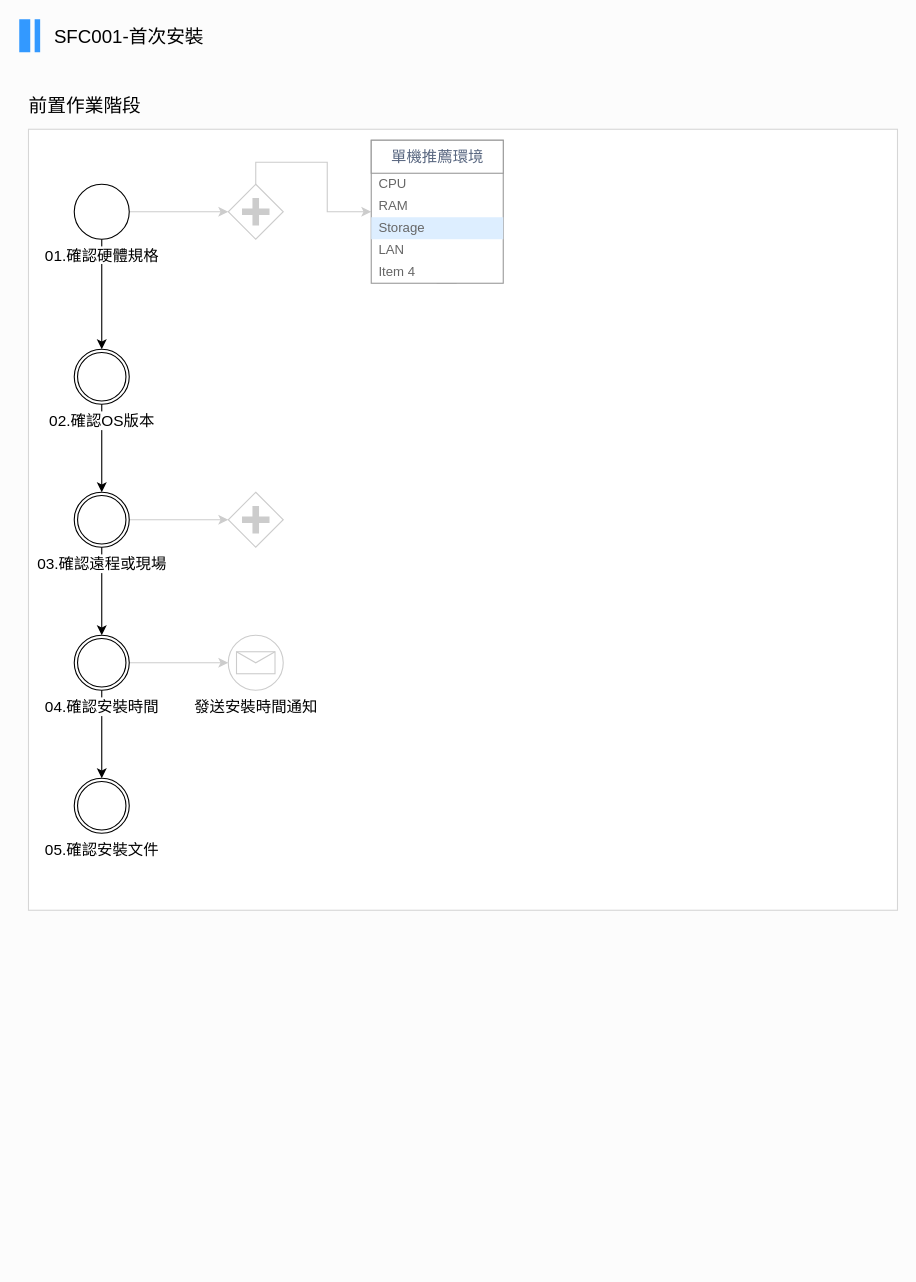
Earlier version of the draw.io diagram page "第1頁" (1 of 2) of 客戶服務SOP.drawio (frglobal/documents). Source tidied: cells renumbered, new cells numbered last; positions are measured from the earlier drawing's top-left corner, leaving out a move shared by most shapes. Both pictures are drawn from the tidied source at 110%, with x=0, y=0 at pixel (19, 19).
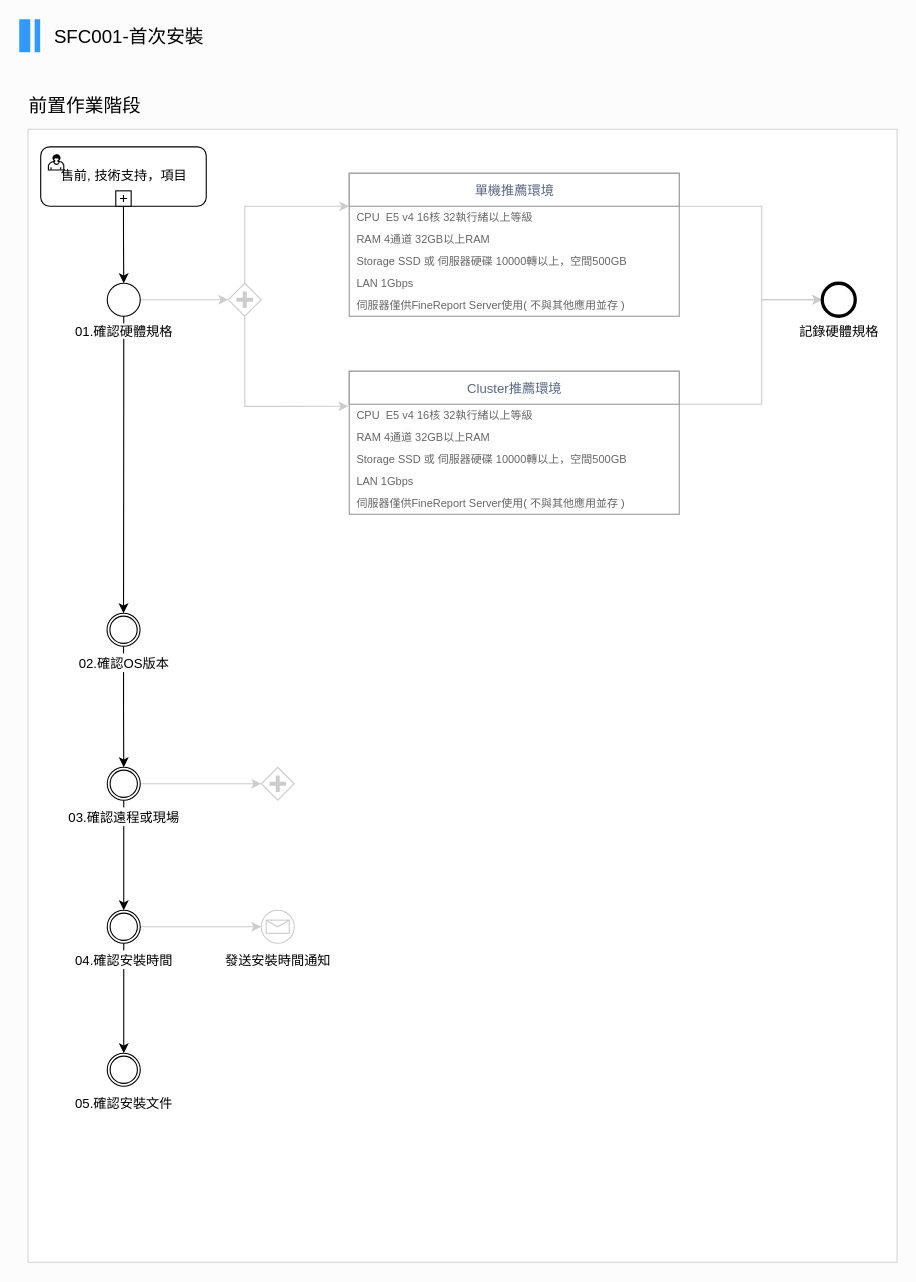
After the change.

What changed in the source:
```diff
@@
     <mxCell id="2" style="rounded=0;whiteSpace=wrap;html=1;shadow=0;glass=0;comic=0;strokeWidth=1;fontFamily=Noto Sans TC;fontSize=14;align=left;strokeColor=#D6D6D6;" parent="1" vertex="1">
-      <mxGeometry x="8.4" y="100" width="790" height="710" as="geometry" />
+      <mxGeometry x="8" y="100" width="790" height="1030" as="geometry" />
     </mxCell>
@@
     <mxCell id="4" style="edgeStyle=orthogonalEdgeStyle;rounded=0;jettySize=auto;html=1;shadow=0;strokeColor=#000000;fontFamily=Noto Sans TC;fontSize=14;" parent="1" edge="1" source="12" target="14">
-      <mxGeometry relative="1" as="geometry" />
+      <mxGeometry relative="1" as="geometry">
+        <Array as="points">
+          <mxPoint x="95" y="350" />
+          <mxPoint x="95" y="350" />
+        </Array>
+      </mxGeometry>
     </mxCell>
@@
     <mxCell id="9" style="edgeStyle=orthogonalEdgeStyle;rounded=0;jettySize=auto;html=1;exitX=0.5;exitY=0;exitDx=0;exitDy=0;shadow=0;strokeColor=#CCCCCC;fontFamily=Noto Sans TC;fontSize=14;" parent="1" edge="1" source="10" target="25">
-      <mxGeometry relative="1" as="geometry" />
+      <mxGeometry relative="1" as="geometry">
+        <Array as="points">
+          <mxPoint x="205" y="170" />
+        </Array>
+      </mxGeometry>
     </mxCell>
+    <mxCell id="32" style="edgeStyle=orthogonalEdgeStyle;rounded=0;jettySize=auto;html=1;exitX=0.5;exitY=1;exitDx=0;exitDy=0;entryX=-0.003;entryY=0.245;entryDx=0;entryDy=0;entryPerimeter=0;strokeColor=#CCCCCC;fontFamily=Noto Sans TC;" parent="1" edge="1" source="10" target="35">
+      <mxGeometry relative="1" as="geometry" />
+    </mxCell>
     <mxCell id="10" style="shape=mxgraph.bpmn.shape;html=1;verticalLabelPosition=bottom;labelBackgroundColor=#ffffff;verticalAlign=top;align=center;perimeter=rhombusPerimeter;background=gateway;outlineConnect=0;outline=none;symbol=parallelGw;rounded=1;shadow=0;glass=0;comic=0;strokeColor=#CCCCCC;strokeWidth=1;fillColor=none;fontFamily=Noto Sans TC;fontSize=17;" parent="1" vertex="1">
-      <mxGeometry x="190" y="150" width="50" height="50" as="geometry" />
+      <mxGeometry x="190" y="240" width="30" height="30" as="geometry" />
     </mxCell>
@@
-    <mxCell id="12" value="&lt;font style=&quot;font-size: 14px ; background-color: rgb(255 , 255 , 255)&quot;&gt;01.確認硬體規格&lt;/font&gt;" style="shape=mxgraph.bpmn.shape;html=1;verticalLabelPosition=bottom;labelBackgroundColor=none;verticalAlign=top;align=center;perimeter=ellipsePerimeter;outlineConnect=0;outline=standard;symbol=general;fontFamily=Noto Sans TC;fillColor=none;" parent="1" vertex="1">
-      <mxGeometry x="50" y="150" width="50" height="50" as="geometry" />
+    <mxCell id="12" value="&lt;font style=&quot;background-color: rgb(255 , 255 , 255) ; font-size: 12px&quot;&gt;01.確認硬體規格&lt;/font&gt;" style="shape=mxgraph.bpmn.shape;html=1;verticalLabelPosition=bottom;labelBackgroundColor=none;verticalAlign=top;align=center;perimeter=ellipsePerimeter;outlineConnect=0;outline=standard;symbol=general;fontFamily=Noto Sans TC;fillColor=none;" parent="1" vertex="1">
+      <mxGeometry x="80" y="240" width="30" height="30" as="geometry" />
     </mxCell>
@@
-    <mxCell id="14" value="02.確認OS版本" style="shape=mxgraph.bpmn.shape;html=1;verticalLabelPosition=bottom;labelBackgroundColor=#ffffff;verticalAlign=top;align=center;perimeter=ellipsePerimeter;outlineConnect=0;outline=throwing;symbol=general;rounded=0;shadow=0;glass=0;comic=0;strokeColor=#000000;strokeWidth=1;fillColor=none;fontFamily=Noto Sans TC;fontSize=14;" parent="1" vertex="1">
-      <mxGeometry x="50" y="300" width="50" height="50" as="geometry" />
+    <mxCell id="14" value="&lt;font style=&quot;font-size: 12px&quot;&gt;02.確認OS版本&lt;/font&gt;" style="shape=mxgraph.bpmn.shape;html=1;verticalLabelPosition=bottom;labelBackgroundColor=#ffffff;verticalAlign=top;align=center;perimeter=ellipsePerimeter;outlineConnect=0;outline=throwing;symbol=general;rounded=0;shadow=0;glass=0;comic=0;strokeColor=#000000;strokeWidth=1;fillColor=none;fontFamily=Noto Sans TC;fontSize=14;" parent="1" vertex="1">
+      <mxGeometry x="79.8" y="540" width="30" height="30" as="geometry" />
     </mxCell>
@@
-    <mxCell id="17" value="03.確認遠程或現場" style="shape=mxgraph.bpmn.shape;html=1;verticalLabelPosition=bottom;labelBackgroundColor=#ffffff;verticalAlign=top;align=center;perimeter=ellipsePerimeter;outlineConnect=0;outline=throwing;symbol=general;rounded=0;shadow=0;glass=0;comic=0;strokeColor=#000000;strokeWidth=1;fillColor=none;fontFamily=Noto Sans TC;fontSize=14;" parent="1" vertex="1">
-      <mxGeometry x="50" y="430" width="50" height="50" as="geometry" />
+    <mxCell id="17" value="&lt;font style=&quot;font-size: 12px&quot;&gt;03.確認遠程或現場&lt;/font&gt;" style="shape=mxgraph.bpmn.shape;html=1;verticalLabelPosition=bottom;labelBackgroundColor=#ffffff;verticalAlign=top;align=center;perimeter=ellipsePerimeter;outlineConnect=0;outline=throwing;symbol=general;rounded=0;shadow=0;glass=0;comic=0;strokeColor=#000000;strokeWidth=1;fillColor=none;fontFamily=Noto Sans TC;fontSize=14;" parent="1" vertex="1">
+      <mxGeometry x="80" y="680" width="30" height="30" as="geometry" />
     </mxCell>
@@
-    <mxCell id="20" value="04.確認安裝時間" style="shape=mxgraph.bpmn.shape;html=1;verticalLabelPosition=bottom;labelBackgroundColor=#ffffff;verticalAlign=top;align=center;perimeter=ellipsePerimeter;outlineConnect=0;outline=throwing;symbol=general;rounded=0;shadow=0;glass=0;comic=0;strokeColor=#000000;strokeWidth=1;fillColor=none;fontFamily=Noto Sans TC;fontSize=14;" parent="1" vertex="1">
-      <mxGeometry x="50" y="560" width="50" height="50" as="geometry" />
+    <mxCell id="20" value="&lt;font style=&quot;font-size: 12px&quot;&gt;04.確認安裝時間&lt;/font&gt;" style="shape=mxgraph.bpmn.shape;html=1;verticalLabelPosition=bottom;labelBackgroundColor=#ffffff;verticalAlign=top;align=center;perimeter=ellipsePerimeter;outlineConnect=0;outline=throwing;symbol=general;rounded=0;shadow=0;glass=0;comic=0;strokeColor=#000000;strokeWidth=1;fillColor=none;fontFamily=Noto Sans TC;fontSize=14;" parent="1" vertex="1">
+      <mxGeometry x="80" y="810" width="30" height="30" as="geometry" />
     </mxCell>
-    <mxCell id="21" value="05.確認安裝文件" style="shape=mxgraph.bpmn.shape;html=1;verticalLabelPosition=bottom;labelBackgroundColor=#ffffff;verticalAlign=top;align=center;perimeter=ellipsePerimeter;outlineConnect=0;outline=throwing;symbol=general;rounded=0;shadow=0;glass=0;comic=0;strokeColor=#000000;strokeWidth=1;fillColor=none;fontFamily=Noto Sans TC;fontSize=14;" parent="1" vertex="1">
-      <mxGeometry x="50" y="690" width="50" height="50" as="geometry" />
+    <mxCell id="21" value="&lt;font style=&quot;font-size: 12px&quot;&gt;05.確認安裝文件&lt;/font&gt;" style="shape=mxgraph.bpmn.shape;html=1;verticalLabelPosition=bottom;labelBackgroundColor=#ffffff;verticalAlign=top;align=center;perimeter=ellipsePerimeter;outlineConnect=0;outline=throwing;symbol=general;rounded=0;shadow=0;glass=0;comic=0;strokeColor=#000000;strokeWidth=1;fillColor=none;fontFamily=Noto Sans TC;fontSize=14;" parent="1" vertex="1">
+      <mxGeometry x="80" y="940" width="30" height="30" as="geometry" />
     </mxCell>
-    <mxCell id="22" value="發送安裝時間通知" style="shape=mxgraph.bpmn.shape;html=1;verticalLabelPosition=bottom;labelBackgroundColor=#ffffff;verticalAlign=top;align=center;perimeter=ellipsePerimeter;outlineConnect=0;outline=standard;symbol=message;rounded=0;shadow=0;glass=0;comic=0;strokeColor=#CCCCCC;strokeWidth=1;fillColor=none;fontFamily=Noto Sans TC;fontSize=14;" parent="1" vertex="1">
-      <mxGeometry x="190" y="560" width="50" height="50" as="geometry" />
+    <mxCell id="22" value="&lt;font style=&quot;font-size: 12px&quot;&gt;發送安裝時間通知&lt;/font&gt;" style="shape=mxgraph.bpmn.shape;html=1;verticalLabelPosition=bottom;labelBackgroundColor=#ffffff;verticalAlign=top;align=center;perimeter=ellipsePerimeter;outlineConnect=0;outline=standard;symbol=message;rounded=0;shadow=0;glass=0;comic=0;strokeColor=#CCCCCC;strokeWidth=1;fillColor=none;fontFamily=Noto Sans TC;fontSize=14;" parent="1" vertex="1">
+      <mxGeometry x="220" y="810" width="30" height="30" as="geometry" />
     </mxCell>
     <mxCell id="23" style="shape=mxgraph.bpmn.shape;html=1;verticalLabelPosition=bottom;labelBackgroundColor=#ffffff;verticalAlign=top;align=center;perimeter=rhombusPerimeter;background=gateway;outlineConnect=0;outline=none;symbol=parallelGw;rounded=1;shadow=0;glass=0;comic=0;strokeColor=#CCCCCC;strokeWidth=1;fillColor=none;fontFamily=Noto Sans TC;fontSize=17;" parent="1" vertex="1">
-      <mxGeometry x="190" y="430" width="50" height="50" as="geometry" />
+      <mxGeometry x="220" y="680" width="30" height="30" as="geometry" />
     </mxCell>
-    <mxCell id="24" style="edgeStyle=orthogonalEdgeStyle;rounded=0;jettySize=auto;html=1;shadow=0;strokeColor=#CCCCCC;fontFamily=Noto Sans TC;fontSize=14;" parent="1" edge="1" source="30">
-      <mxGeometry relative="1" as="geometry">
-        <mxPoint x="396.6" y="220" as="targetPoint" />
-      </mxGeometry>
-    </mxCell>
+    <mxCell id="33" style="edgeStyle=orthogonalEdgeStyle;rounded=0;jettySize=auto;html=1;strokeColor=#CCCCCC;fontFamily=Noto Sans TC;" parent="1" edge="1" source="25" target="46">
+      <mxGeometry relative="1" as="geometry">
+        <Array as="points">
+          <mxPoint x="675" y="170" />
+          <mxPoint x="675" y="255" />
+        </Array>
+      </mxGeometry>
+    </mxCell>
     <mxCell id="25" style="strokeWidth=1;shadow=0;dashed=0;align=center;html=1;shape=mxgraph.mockup.forms.rrect;rSize=0;strokeColor=#999999;fillColor=#ffffff;rounded=0;glass=0;comic=0;labelBackgroundColor=none;fontFamily=Noto Sans TC;fontSize=14;flipH=0;flipV=0;" parent="1" vertex="1">
-      <mxGeometry x="320" y="110" width="120" height="130" as="geometry" />
+      <mxGeometry x="300" y="140" width="300" height="130" as="geometry" />
     </mxCell>
-    <mxCell id="26" value="&lt;span style=&quot;color: rgb(89 , 103 , 128) ; font-family: &amp;#34;noto sans tc&amp;#34; ; font-size: 14px ; text-align: left&quot;&gt;單機推薦環境&lt;/span&gt;" style="strokeWidth=1;shadow=0;dashed=0;align=center;html=1;shape=mxgraph.mockup.forms.rrect;rSize=0;strokeColor=#999999;fontColor=#008cff;fontSize=17;fillColor=#ffffff;" parent="25" vertex="1">
-      <mxGeometry width="120" height="30" relative="1" as="geometry" />
+    <mxCell id="26" value="&lt;span style=&quot;color: rgb(89 , 103 , 128) ; font-family: &amp;#34;noto sans tc&amp;#34; ; text-align: left&quot;&gt;&lt;font style=&quot;font-size: 12px&quot;&gt;單機推薦環境&lt;/font&gt;&lt;/span&gt;" style="strokeWidth=1;shadow=0;dashed=0;align=center;html=1;shape=mxgraph.mockup.forms.rrect;rSize=0;strokeColor=#999999;fontColor=#008cff;fontSize=17;fillColor=#ffffff;" parent="25" vertex="1">
+      <mxGeometry width="300" height="30" relative="1" as="geometry" />
     </mxCell>
-    <mxCell id="27" value="CPU" style="strokeWidth=1;shadow=0;dashed=0;align=center;html=1;shape=mxgraph.mockup.forms.anchor;fontSize=12;fontColor=#666666;align=left;spacingLeft=5;" parent="25" vertex="1">
-      <mxGeometry width="120" height="20" relative="1" as="geometry">
+    <mxCell id="27" value="&lt;font style=&quot;font-size: 10px&quot;&gt;CPU&amp;nbsp;&amp;nbsp;E5 v4 16核 32執行緒以上等級&lt;/font&gt;" style="strokeWidth=1;shadow=0;dashed=0;align=center;html=1;shape=mxgraph.mockup.forms.anchor;fontSize=12;fontColor=#666666;align=left;spacingLeft=5;fontFamily=Noto Sans TC;" parent="25" vertex="1">
+      <mxGeometry width="300" height="20" relative="1" as="geometry">
         <mxPoint y="30" as="offset" />
       </mxGeometry>
     </mxCell>
-    <mxCell id="28" value="RAM" style="strokeWidth=1;shadow=0;dashed=0;align=center;html=1;shape=mxgraph.mockup.forms.anchor;fontSize=12;fontColor=#666666;align=left;spacingLeft=5;" parent="25" vertex="1">
-      <mxGeometry width="120" height="20" relative="1" as="geometry">
+    <mxCell id="28" value="&lt;font style=&quot;font-size: 10px&quot;&gt;RAM&amp;nbsp;4通道 32GB以上RAM&lt;/font&gt;" style="strokeWidth=1;shadow=0;dashed=0;align=center;html=1;shape=mxgraph.mockup.forms.anchor;fontSize=12;fontColor=#666666;align=left;spacingLeft=5;fontFamily=Noto Sans TC;" parent="25" vertex="1">
+      <mxGeometry width="300" height="20" relative="1" as="geometry">
         <mxPoint y="50" as="offset" />
       </mxGeometry>
     </mxCell>
-    <mxCell id="29" value="Storage" style="strokeWidth=1;shadow=0;dashed=0;align=center;html=1;shape=mxgraph.mockup.forms.rrect;rSize=0;fontSize=12;fontColor=#666666;align=left;spacingLeft=5;fillColor=#ddeeff;strokeColor=none;" parent="25" vertex="1">
-      <mxGeometry width="120" height="20" relative="1" as="geometry">
+    <mxCell id="29" value="&lt;font style=&quot;font-size: 10px&quot;&gt;Storage&amp;nbsp;SSD 或 伺服器硬碟 10000轉以上，空間500GB&lt;/font&gt;" style="strokeWidth=1;shadow=0;dashed=0;align=center;html=1;shape=mxgraph.mockup.forms.rrect;rSize=0;fontSize=12;fontColor=#666666;align=left;spacingLeft=5;fillColor=none;strokeColor=none;fontFamily=Noto Sans TC;" parent="25" vertex="1">
+      <mxGeometry width="300" height="20" relative="1" as="geometry">
         <mxPoint y="70" as="offset" />
       </mxGeometry>
     </mxCell>
-    <mxCell id="30" value="LAN" style="strokeWidth=1;shadow=0;dashed=0;align=center;html=1;shape=mxgraph.mockup.forms.anchor;fontSize=12;fontColor=#666666;align=left;spacingLeft=5;" parent="25" vertex="1">
-      <mxGeometry width="120" height="20" relative="1" as="geometry">
+    <mxCell id="30" value="&lt;font style=&quot;font-size: 10px&quot;&gt;LAN 1Gbps&lt;/font&gt;" style="strokeWidth=1;shadow=0;dashed=0;align=center;html=1;shape=mxgraph.mockup.forms.anchor;fontSize=12;fontColor=#666666;align=left;spacingLeft=5;fontFamily=Noto Sans TC;" parent="25" vertex="1">
+      <mxGeometry width="300" height="20" relative="1" as="geometry">
         <mxPoint y="90" as="offset" />
       </mxGeometry>
     </mxCell>
-    <mxCell id="31" value="Item 4" style="strokeWidth=1;shadow=0;dashed=0;align=center;html=1;shape=mxgraph.mockup.forms.anchor;fontSize=12;fontColor=#666666;align=left;spacingLeft=5;" parent="25" vertex="1">
-      <mxGeometry width="120" height="20" relative="1" as="geometry">
+    <mxCell id="31" value="&lt;span style=&quot;font-size: 10px&quot;&gt;伺服器僅供FineReport Server使用( 不與其他應用並存 )&lt;/span&gt;" style="strokeWidth=1;shadow=0;dashed=0;align=center;html=1;shape=mxgraph.mockup.forms.anchor;fontSize=12;fontColor=#666666;align=left;spacingLeft=5;fontFamily=Noto Sans TC;" parent="25" vertex="1">
+      <mxGeometry width="300" height="20" relative="1" as="geometry">
         <mxPoint y="110" as="offset" />
       </mxGeometry>
     </mxCell>
+    <mxCell id="34" style="edgeStyle=orthogonalEdgeStyle;rounded=0;jettySize=auto;html=1;entryX=0;entryY=0.5;entryDx=0;entryDy=0;strokeColor=#CCCCCC;fontFamily=Noto Sans TC;" parent="1" edge="1" source="35" target="46">
+      <mxGeometry relative="1" as="geometry">
+        <Array as="points">
+          <mxPoint x="675" y="350" />
+          <mxPoint x="675" y="255" />
+        </Array>
+      </mxGeometry>
+    </mxCell>
+    <mxCell id="35" style="strokeWidth=1;shadow=0;dashed=0;align=center;html=1;shape=mxgraph.mockup.forms.rrect;rSize=0;strokeColor=#999999;fillColor=#ffffff;rounded=0;glass=0;comic=0;labelBackgroundColor=none;fontFamily=Noto Sans TC;fontSize=14;flipH=0;flipV=0;" parent="1" vertex="1">
+      <mxGeometry x="300" y="320" width="300" height="130" as="geometry" />
+    </mxCell>
+    <mxCell id="36" value="&lt;span style=&quot;color: rgb(89 , 103 , 128) ; font-family: &amp;#34;noto sans tc&amp;#34; ; text-align: left&quot;&gt;&lt;font style=&quot;font-size: 12px&quot;&gt;Cluster推薦環境&lt;/font&gt;&lt;/span&gt;" style="strokeWidth=1;shadow=0;dashed=0;align=center;html=1;shape=mxgraph.mockup.forms.rrect;rSize=0;strokeColor=#999999;fontColor=#008cff;fontSize=17;fillColor=#ffffff;" parent="35" vertex="1">
+      <mxGeometry width="300" height="30" relative="1" as="geometry" />
+    </mxCell>
+    <mxCell id="37" value="&lt;font style=&quot;font-size: 10px&quot;&gt;CPU&amp;nbsp;&amp;nbsp;E5 v4 16核 32執行緒以上等級&lt;/font&gt;" style="strokeWidth=1;shadow=0;dashed=0;align=center;html=1;shape=mxgraph.mockup.forms.anchor;fontSize=12;fontColor=#666666;align=left;spacingLeft=5;fontFamily=Noto Sans TC;" parent="35" vertex="1">
+      <mxGeometry width="300" height="20" relative="1" as="geometry">
+        <mxPoint y="30" as="offset" />
+      </mxGeometry>
+    </mxCell>
+    <mxCell id="38" value="&lt;font style=&quot;font-size: 10px&quot;&gt;RAM&amp;nbsp;4通道 32GB以上RAM&lt;/font&gt;" style="strokeWidth=1;shadow=0;dashed=0;align=center;html=1;shape=mxgraph.mockup.forms.anchor;fontSize=12;fontColor=#666666;align=left;spacingLeft=5;fontFamily=Noto Sans TC;" parent="35" vertex="1">
+      <mxGeometry width="300" height="20" relative="1" as="geometry">
+        <mxPoint y="50" as="offset" />
+      </mxGeometry>
+    </mxCell>
+    <mxCell id="39" value="&lt;font style=&quot;font-size: 10px&quot;&gt;Storage&amp;nbsp;SSD 或 伺服器硬碟 10000轉以上，空間500GB&lt;/font&gt;" style="strokeWidth=1;shadow=0;dashed=0;align=center;html=1;shape=mxgraph.mockup.forms.rrect;rSize=0;fontSize=12;fontColor=#666666;align=left;spacingLeft=5;fillColor=none;strokeColor=none;fontFamily=Noto Sans TC;" parent="35" vertex="1">
+      <mxGeometry width="300" height="20" relative="1" as="geometry">
+        <mxPoint y="70" as="offset" />
+      </mxGeometry>
+    </mxCell>
+    <mxCell id="40" value="&lt;span style=&quot;font-size: 10px&quot;&gt;LAN 1Gbps&lt;/span&gt;" style="strokeWidth=1;shadow=0;dashed=0;align=center;html=1;shape=mxgraph.mockup.forms.anchor;fontSize=12;fontColor=#666666;align=left;spacingLeft=5;fontFamily=Noto Sans TC;" parent="35" vertex="1">
+      <mxGeometry width="300" height="20" relative="1" as="geometry">
+        <mxPoint y="90" as="offset" />
+      </mxGeometry>
+    </mxCell>
+    <mxCell id="41" value="&lt;span style=&quot;font-size: 10px&quot;&gt;伺服器僅供FineReport Server使用( 不與其他應用並存 )&lt;/span&gt;" style="strokeWidth=1;shadow=0;dashed=0;align=center;html=1;shape=mxgraph.mockup.forms.anchor;fontSize=12;fontColor=#666666;align=left;spacingLeft=5;fontFamily=Noto Sans TC;" parent="35" vertex="1">
+      <mxGeometry width="300" height="20" relative="1" as="geometry">
+        <mxPoint y="110" as="offset" />
+      </mxGeometry>
+    </mxCell>
+    <mxCell id="42" style="edgeStyle=orthogonalEdgeStyle;rounded=0;jettySize=auto;html=1;exitX=0.5;exitY=1;exitDx=0;exitDy=0;entryX=0.5;entryY=0;entryDx=0;entryDy=0;strokeColor=#000000;fontFamily=Noto Sans TC;" parent="1" edge="1" source="43" target="12">
+      <mxGeometry relative="1" as="geometry" />
+    </mxCell>
+    <mxCell id="43" value="售前, 技術支持，項目" style="html=1;whiteSpace=wrap;rounded=1;fillColor=none;fontFamily=Noto Sans TC;" parent="1" vertex="1">
+      <mxGeometry x="19.5" y="116" width="150.5" height="54" as="geometry" />
+    </mxCell>
+    <mxCell id="44" style="html=1;shape=mxgraph.bpmn.user_task;" parent="43" vertex="1">
+      <mxGeometry width="14" height="14" relative="1" as="geometry">
+        <mxPoint x="7" y="7" as="offset" />
+      </mxGeometry>
+    </mxCell>
+    <mxCell id="45" style="html=1;shape=plus;" parent="43" vertex="1">
+      <mxGeometry x="0.5" y="1" width="14" height="14" relative="1" as="geometry">
+        <mxPoint x="-7" y="-14" as="offset" />
+      </mxGeometry>
+    </mxCell>
+    <mxCell id="46" value="記錄硬體規格" style="shape=mxgraph.bpmn.shape;html=1;verticalLabelPosition=bottom;labelBackgroundColor=#ffffff;verticalAlign=top;align=center;perimeter=ellipsePerimeter;outlineConnect=0;outline=end;symbol=general;fillColor=none;fontFamily=Noto Sans TC;" parent="1" vertex="1">
+      <mxGeometry x="730" y="240" width="30" height="30" as="geometry" />
+    </mxCell>
```
